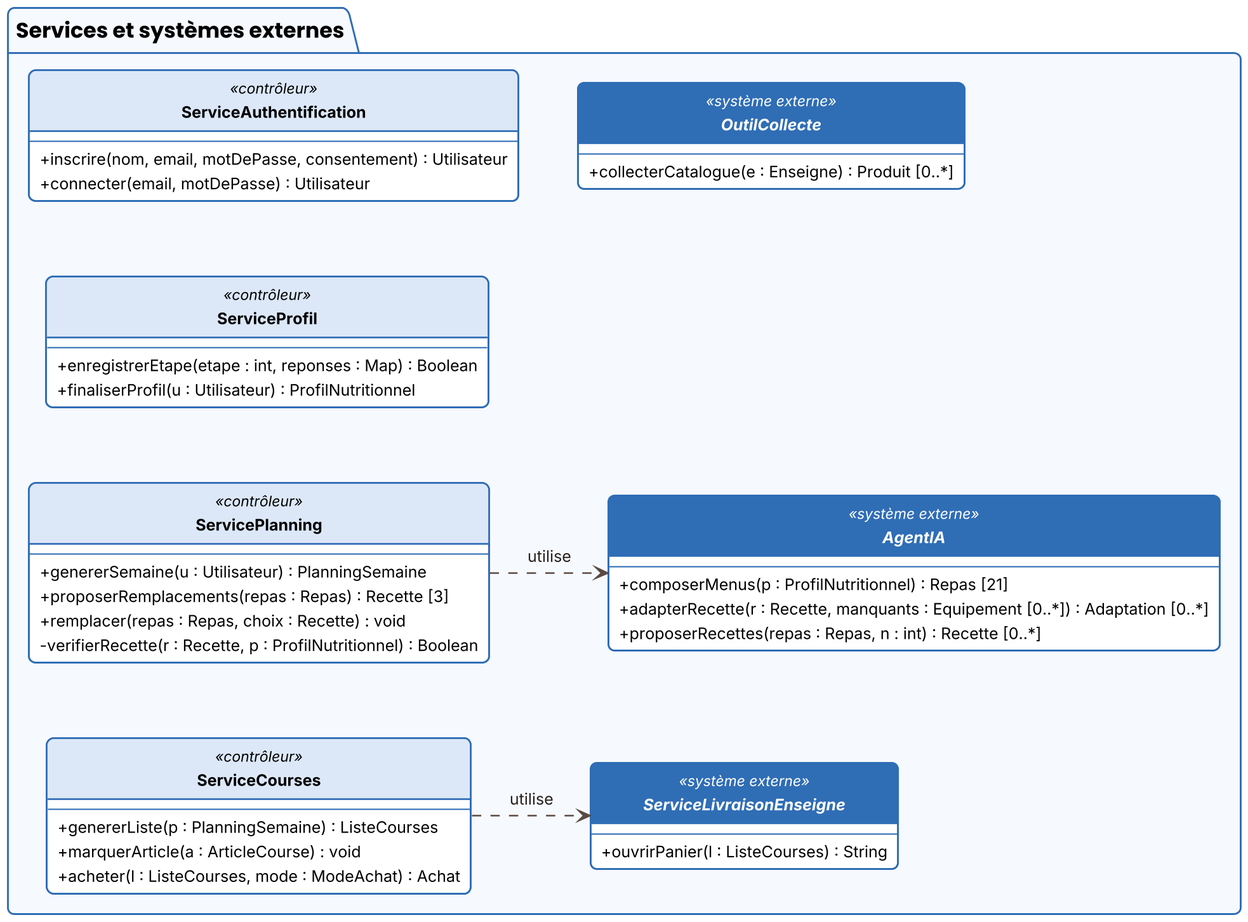
Above: docs/diagrammes/classes_services_externes.png in RayenTouil/Dbarti (PlantUML), before the change. Its diagram source:
```plantuml
@startuml
!include style.iuml
package "Services et systèmes externes" #F6F9FE;line:2F6DB5 {
  class ServiceAuthentification <<contrôleur>> {
    --
    + inscrire(nom, email, motDePasse, consentement) : Utilisateur
    + connecter(email, motDePasse) : Utilisateur
  }
  class ServiceProfil <<contrôleur>> {
    --
    + enregistrerEtape(etape : int, reponses : Map) : Boolean
    + finaliserProfil(u : Utilisateur) : ProfilNutritionnel
  }
  class ServicePlanning <<contrôleur>> {
    --
    + genererSemaine(u : Utilisateur) : PlanningSemaine
    + proposerRemplacements(repas : Repas) : Recette [3]
    + remplacer(repas : Repas, choix : Recette) : void
    - verifierRecette(r : Recette, p : ProfilNutritionnel) : Boolean
  }
  class ServiceCourses <<contrôleur>> {
    --
    + genererListe(p : PlanningSemaine) : ListeCourses
    + marquerArticle(a : ArticleCourse) : void
    + acheter(l : ListeCourses, mode : ModeAchat) : Achat
  }
  interface AgentIA <<système externe>> {
    --
    + composerMenus(p : ProfilNutritionnel) : Repas [21]
    + adapterRecette(r : Recette, manquants : Equipement [0..*]) : Adaptation [0..*]
    + proposerRecettes(repas : Repas, n : int) : Recette [0..*]
  }
  interface ServiceLivraisonEnseigne <<système externe>> {
    --
    + ouvrirPanier(l : ListeCourses) : String
  }
  interface OutilCollecte <<système externe>> {
    --
    + collecterCatalogue(e : Enseigne) : Produit [0..*]
  }
}
ServicePlanning .right.> AgentIA : « utilise »
ServiceCourses .right.> ServiceLivraisonEnseigne : « utilise »
ServiceAuthentification -[hidden]down- ServiceProfil
ServiceProfil -[hidden]down- ServicePlanning
ServicePlanning -[hidden]down- ServiceCourses
ServiceAuthentification -[hidden]right- OutilCollecte
@enduml
```
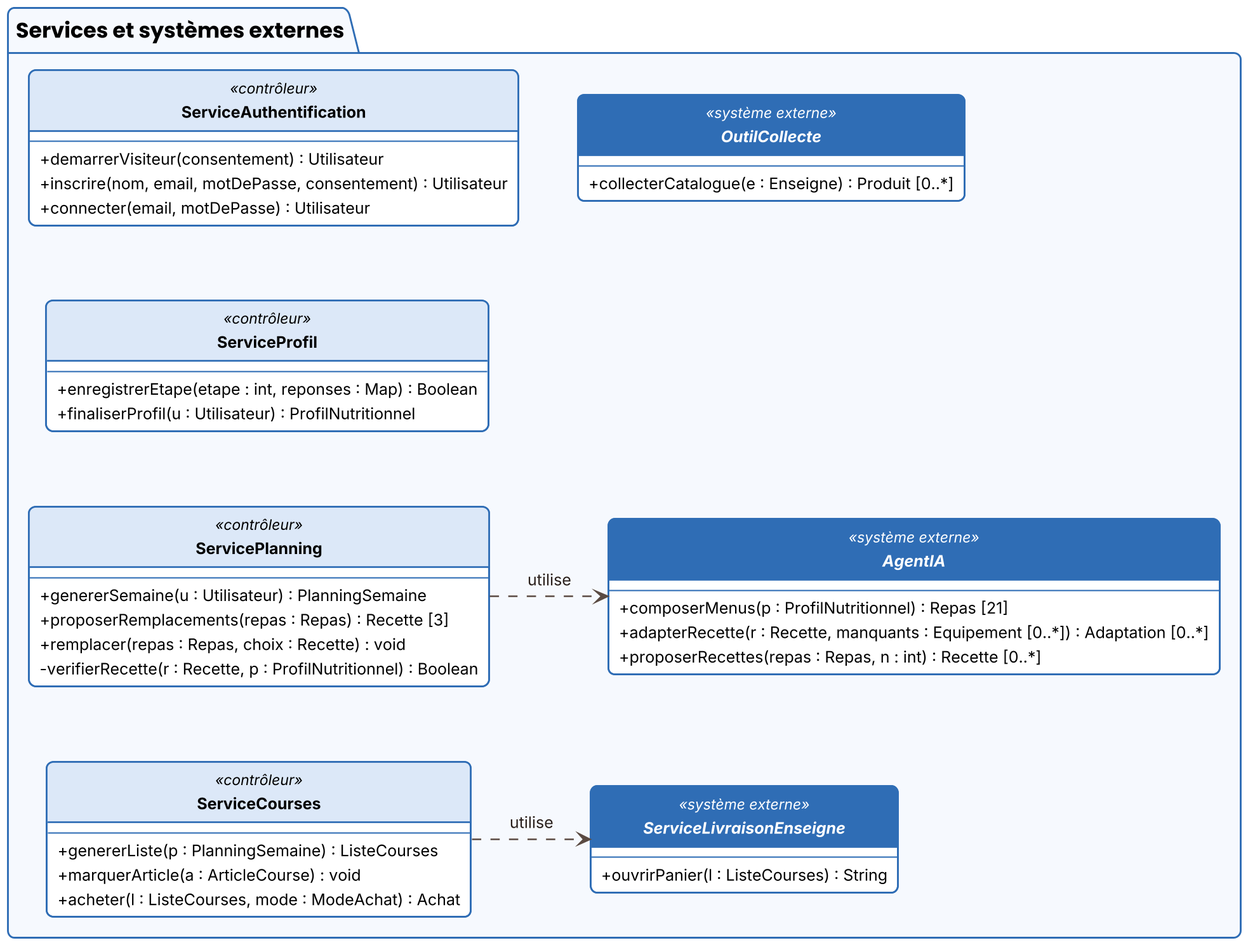
After the change.

What changed in the source:
```diff
@@ -3,6 +3,7 @@
 package "Services et systèmes externes" #F6F9FE;line:2F6DB5 {
   class ServiceAuthentification <<contrôleur>> {
     --
+    + demarrerVisiteur(consentement) : Utilisateur
     + inscrire(nom, email, motDePasse, consentement) : Utilisateur
     + connecter(email, motDePasse) : Utilisateur
   }
```
